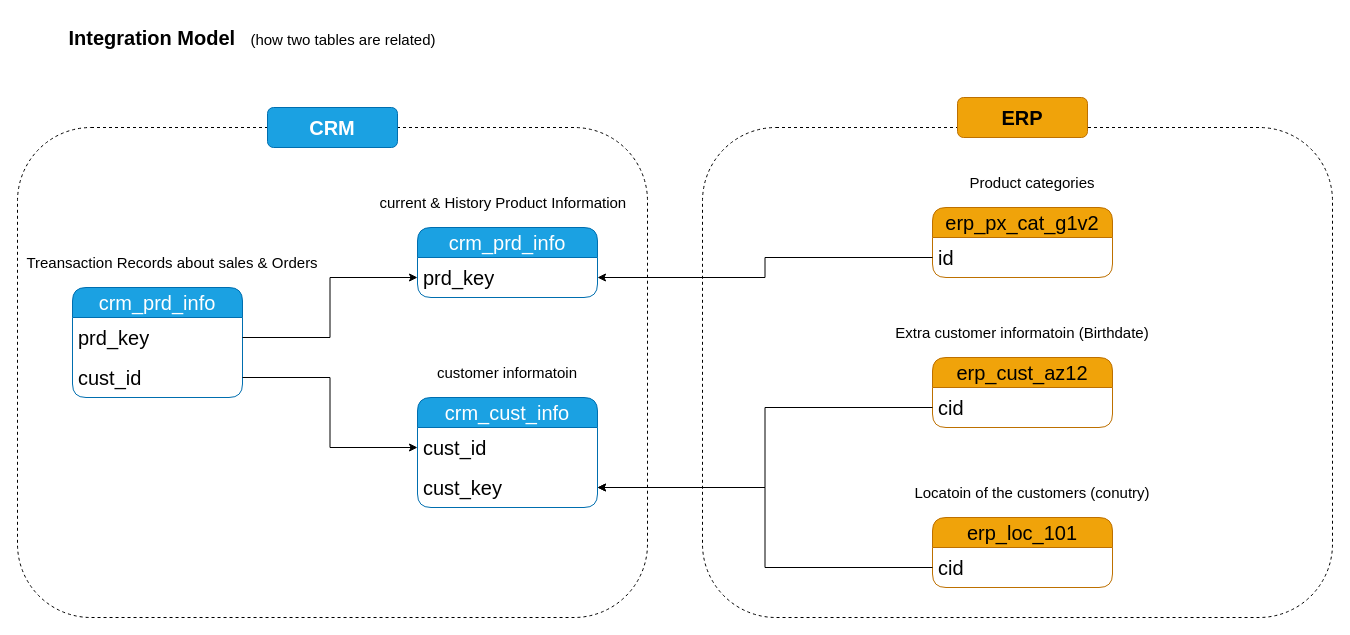
Before: page "Integration Model" (3 of 4) of DWH_Diagrams.drawio in Kerollos-A/sql-data-warehouse-project, a draw.io diagram. Source tidied: cells renumbered, new cells numbered last; positions are measured from the earlier drawing's top-left corner, leaving out a move shared by most shapes. Both pictures are drawn from the tidied source at 100%, with x=0, y=0 at pixel (17, 17).
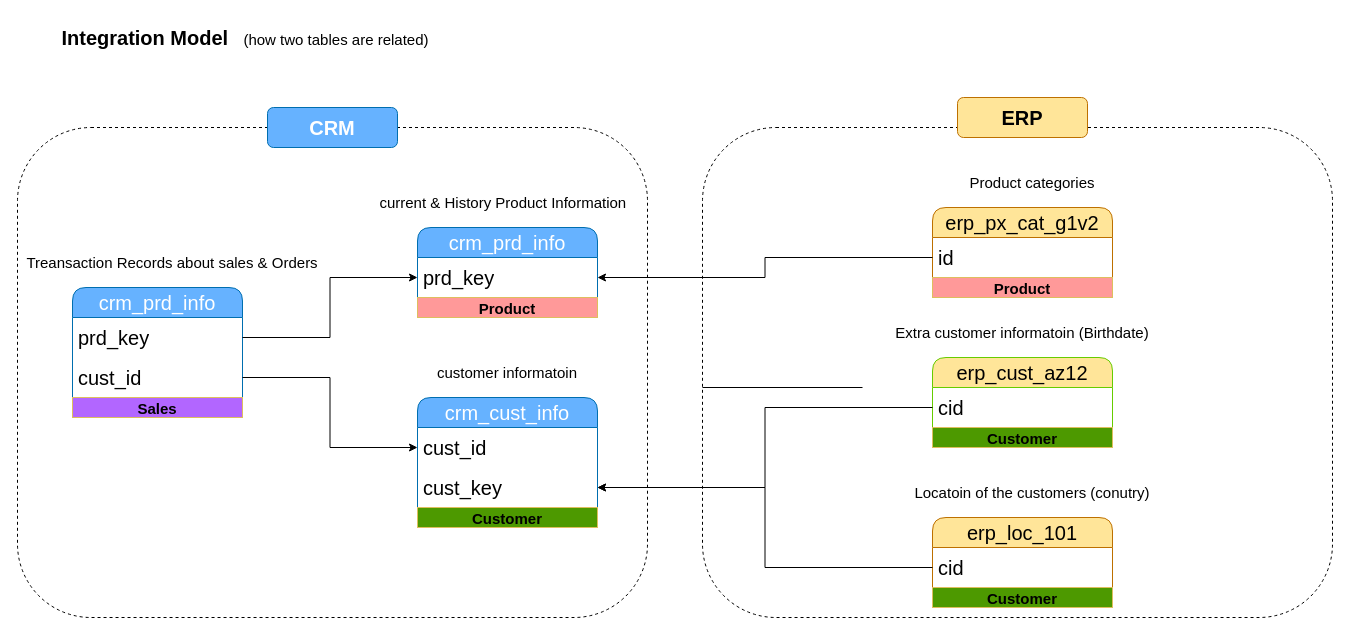
The same diagram, later.

The edit, as a diff of the source:
```diff
@@
+    <mxCell id="29" style="rounded=1;whiteSpace=wrap;html=1;strokeColor=default;fillColor=none;dashed=1;" parent="1" vertex="1">
+      <mxGeometry y="110" width="630" height="490" as="geometry" />
+    </mxCell>
@@
     <mxCell id="3" value="&lt;font style=&quot;font-size: 20px;&quot;&gt;&lt;b style=&quot;&quot;&gt;&lt;font style=&quot;&quot;&gt;Integration Model&amp;nbsp;&lt;/font&gt;&lt;/b&gt; &lt;/font&gt;&lt;font style=&quot;font-size: 15px;&quot;&gt;&amp;nbsp;(how two tables are related)&lt;/font&gt;" style="text;html=1;whiteSpace=wrap;strokeColor=none;fillColor=none;align=center;verticalAlign=middle;rounded=0;" parent="1" vertex="1">
-      <mxGeometry x="40" width="390" height="40" as="geometry" />
+      <mxGeometry x="32.5" width="390" height="40" as="geometry" />
     </mxCell>
-    <mxCell id="4" value="crm_cust_info" style="swimlane;fontStyle=0;horizontal=1;startSize=30;whiteSpace=wrap;html=1;rounded=1;strokeColor=#006EAF;fillColor=#1ba1e2;fontColor=#ffffff;fontSize=20;" parent="1" vertex="1">
-      <mxGeometry x="400" y="380" width="180" height="110" as="geometry" />
+    <mxCell id="4" value="crm_cust_info" style="swimlane;fontStyle=0;horizontal=1;startSize=30;whiteSpace=wrap;html=1;rounded=1;strokeColor=#006EAF;fillColor=#66B2FF;fontColor=#ffffff;fontSize=20;" parent="1" vertex="1">
+      <mxGeometry x="400" y="380" width="180" height="130" as="geometry" />
     </mxCell>
@@
+    <mxCell id="32" value="&lt;font style=&quot;color: light-dark(rgb(0, 0, 0), rgb(0, 0, 0)); font-size: 15px;&quot;&gt;&lt;b&gt;Customer&lt;/b&gt;&lt;/font&gt;" style="text;html=1;strokeColor=#DEBE5E;fillColor=#4D9900;align=center;verticalAlign=middle;whiteSpace=wrap;overflow=hidden;perimeterSpacing=0;" parent="4" vertex="1">
+      <mxGeometry y="110" width="180" height="20" as="geometry" />
+    </mxCell>
@@
-    <mxCell id="8" value="&lt;font&gt;crm_prd&lt;span style=&quot;background-color: transparent;&quot;&gt;_info&lt;/span&gt;&lt;/font&gt;" style="swimlane;fontStyle=0;horizontal=1;startSize=30;whiteSpace=wrap;html=1;rounded=1;strokeColor=#006EAF;fillColor=#1ba1e2;fontColor=#ffffff;fontSize=20;" parent="1" vertex="1">
-      <mxGeometry x="400" y="210" width="180" height="70" as="geometry" />
+    <mxCell id="8" value="&lt;font&gt;crm_prd&lt;span style=&quot;background-color: transparent;&quot;&gt;_info&lt;/span&gt;&lt;/font&gt;" style="swimlane;fontStyle=0;horizontal=1;startSize=30;whiteSpace=wrap;html=1;rounded=1;strokeColor=#006EAF;fillColor=#66B2FF;fontColor=#ffffff;fontSize=20;" parent="1" vertex="1">
+      <mxGeometry x="400" y="210" width="180" height="90" as="geometry" />
     </mxCell>
@@
+    <mxCell id="33" value="&lt;font style=&quot;color: light-dark(rgb(0, 0, 0), rgb(0, 0, 0)); font-size: 15px;&quot;&gt;&lt;b&gt;Product&lt;/b&gt;&lt;/font&gt;" style="text;html=1;strokeColor=#DEBE5E;fillColor=#FF9999;align=center;verticalAlign=middle;whiteSpace=wrap;overflow=hidden;perimeterSpacing=0;" parent="8" vertex="1">
+      <mxGeometry y="70" width="180" height="20" as="geometry" />
+    </mxCell>
@@
-    <mxCell id="11" value="&lt;font&gt;crm_prd&lt;span style=&quot;background-color: transparent;&quot;&gt;_info&lt;/span&gt;&lt;/font&gt;" style="swimlane;fontStyle=0;horizontal=1;startSize=30;whiteSpace=wrap;html=1;rounded=1;strokeColor=#006EAF;fillColor=#1ba1e2;fontColor=#ffffff;fontSize=20;" parent="1" vertex="1">
-      <mxGeometry x="55" y="270" width="170" height="110" as="geometry" />
+    <mxCell id="11" value="&lt;font&gt;crm_prd&lt;span style=&quot;background-color: transparent;&quot;&gt;_info&lt;/span&gt;&lt;/font&gt;" style="swimlane;fontStyle=0;horizontal=1;startSize=30;whiteSpace=wrap;html=1;rounded=1;strokeColor=#006EAF;fillColor=#66B2FF;fontColor=#ffffff;fontSize=20;" parent="1" vertex="1">
+      <mxGeometry x="55" y="270" width="170" height="130" as="geometry" />
     </mxCell>
@@
+    <mxCell id="34" value="&lt;font style=&quot;color: light-dark(rgb(0, 0, 0), rgb(0, 0, 0)); font-size: 15px;&quot;&gt;&lt;b&gt;Sales&lt;/b&gt;&lt;/font&gt;" style="text;html=1;strokeColor=#DEBE5E;fillColor=#B266FF;align=center;verticalAlign=middle;whiteSpace=wrap;overflow=hidden;perimeterSpacing=0;" parent="11" vertex="1">
+      <mxGeometry y="110" width="170" height="20" as="geometry" />
+    </mxCell>
@@
-    <mxCell id="17" value="erp_cust_az12" style="swimlane;fontStyle=0;horizontal=1;startSize=30;whiteSpace=wrap;html=1;rounded=1;strokeColor=#BD7000;fillColor=#f0a30a;fontColor=#000000;fontSize=20;" parent="1" vertex="1">
-      <mxGeometry x="915" y="340" width="180" height="70" as="geometry" />
+    <mxCell id="17" value="erp_cust_az12" style="swimlane;fontStyle=0;horizontal=1;startSize=30;whiteSpace=wrap;html=1;rounded=1;strokeColor=#66CC00;fillColor=#FFE599;fontColor=#000000;fontSize=20;" parent="1" vertex="1">
+      <mxGeometry x="915" y="340" width="180" height="90" as="geometry" />
     </mxCell>
@@
+    <mxCell id="35" value="&lt;font style=&quot;color: light-dark(rgb(0, 0, 0), rgb(0, 0, 0)); font-size: 15px;&quot;&gt;&lt;b&gt;Customer&lt;/b&gt;&lt;/font&gt;" style="text;html=1;strokeColor=#DEBE5E;fillColor=#4D9900;align=center;verticalAlign=middle;whiteSpace=wrap;overflow=hidden;perimeterSpacing=0;" parent="17" vertex="1">
+      <mxGeometry y="70" width="180" height="20" as="geometry" />
+    </mxCell>
@@
-    <mxCell id="21" value="erp_loc_101" style="swimlane;fontStyle=0;horizontal=1;startSize=30;whiteSpace=wrap;html=1;rounded=1;strokeColor=#BD7000;fillColor=#f0a30a;fontColor=#000000;fontSize=20;" parent="1" vertex="1">
-      <mxGeometry x="915" y="500" width="180" height="70" as="geometry" />
+    <mxCell id="21" value="erp_loc_101" style="swimlane;fontStyle=0;horizontal=1;startSize=30;whiteSpace=wrap;html=1;rounded=1;strokeColor=#BD7000;fillColor=#FFE599;fontColor=#000000;fontSize=20;" parent="1" vertex="1">
+      <mxGeometry x="915" y="500" width="180" height="90" as="geometry" />
     </mxCell>
@@
+    <mxCell id="36" value="&lt;font style=&quot;color: light-dark(rgb(0, 0, 0), rgb(0, 0, 0)); font-size: 15px;&quot;&gt;&lt;b&gt;Customer&lt;/b&gt;&lt;/font&gt;" style="text;html=1;strokeColor=#DEBE5E;fillColor=#4D9900;align=center;verticalAlign=middle;whiteSpace=wrap;overflow=hidden;perimeterSpacing=0;" parent="21" vertex="1">
+      <mxGeometry y="70" width="180" height="20" as="geometry" />
+    </mxCell>
@@
-    <mxCell id="25" value="erp_px_cat_g1v2" style="swimlane;fontStyle=0;horizontal=1;startSize=30;whiteSpace=wrap;html=1;rounded=1;strokeColor=#BD7000;fillColor=#f0a30a;fontColor=#000000;fontSize=20;" parent="1" vertex="1">
-      <mxGeometry x="915" y="190" width="180" height="70" as="geometry" />
+    <mxCell id="25" value="erp_px_cat_g1v2" style="swimlane;fontStyle=0;horizontal=1;startSize=30;whiteSpace=wrap;html=1;rounded=1;strokeColor=#BD7000;fillColor=#FFE599;fontColor=#000000;fontSize=20;" parent="1" vertex="1">
+      <mxGeometry x="915" y="190" width="180" height="90" as="geometry" />
     </mxCell>
@@
+    <mxCell id="37" value="&lt;font style=&quot;color: light-dark(rgb(0, 0, 0), rgb(0, 0, 0)); font-size: 15px;&quot;&gt;&lt;b&gt;Product&lt;/b&gt;&lt;/font&gt;" style="text;html=1;strokeColor=#DEBE5E;fillColor=#FF9999;align=center;verticalAlign=middle;whiteSpace=wrap;overflow=hidden;perimeterSpacing=0;" parent="25" vertex="1">
+      <mxGeometry y="70" width="180" height="20" as="geometry" />
+    </mxCell>
@@
-    <mxCell id="29" style="rounded=1;whiteSpace=wrap;html=1;strokeColor=default;fillColor=none;dashed=1;" parent="1" vertex="1">
-      <mxGeometry y="110" width="630" height="490" as="geometry" />
-    </mxCell>
-    <mxCell id="30" value="&lt;font style=&quot;font-size: 20px;&quot;&gt;&lt;b&gt;CRM&lt;/b&gt;&lt;/font&gt;" style="rounded=1;whiteSpace=wrap;html=1;fillColor=#1ba1e2;fontColor=#ffffff;strokeColor=#006EAF;" parent="1" vertex="1">
+    <mxCell id="30" value="&lt;font style=&quot;font-size: 20px;&quot;&gt;&lt;b&gt;CRM&lt;/b&gt;&lt;/font&gt;" style="rounded=1;whiteSpace=wrap;html=1;fillColor=#66B2FF;fontColor=#ffffff;strokeColor=#006EAF;" parent="1" vertex="1">
       <mxGeometry x="250" y="90" width="130" height="40" as="geometry" />
     </mxCell>
-    <mxCell id="31" value="&lt;font style=&quot;font-size: 20px;&quot;&gt;&lt;b&gt;ERP&lt;/b&gt;&lt;/font&gt;" style="rounded=1;whiteSpace=wrap;html=1;fillColor=#f0a30a;fontColor=#000000;strokeColor=#BD7000;" parent="1" vertex="1">
+    <mxCell id="31" value="&lt;font style=&quot;font-size: 20px;&quot;&gt;&lt;b&gt;ERP&lt;/b&gt;&lt;/font&gt;" style="rounded=1;whiteSpace=wrap;html=1;fillColor=#FFE599;fontColor=#000000;strokeColor=#BD7000;" parent="1" vertex="1">
       <mxGeometry x="940" y="80" width="130" height="40" as="geometry" />
     </mxCell>
+    <mxCell id="38" style="endArrow=none;html=1;rounded=0;" parent="1" edge="1">
+      <mxGeometry relative="1" as="geometry">
+        <mxPoint x="685" y="370" as="sourcePoint" />
+        <mxPoint x="845" y="370" as="targetPoint" />
+      </mxGeometry>
+    </mxCell>
```
